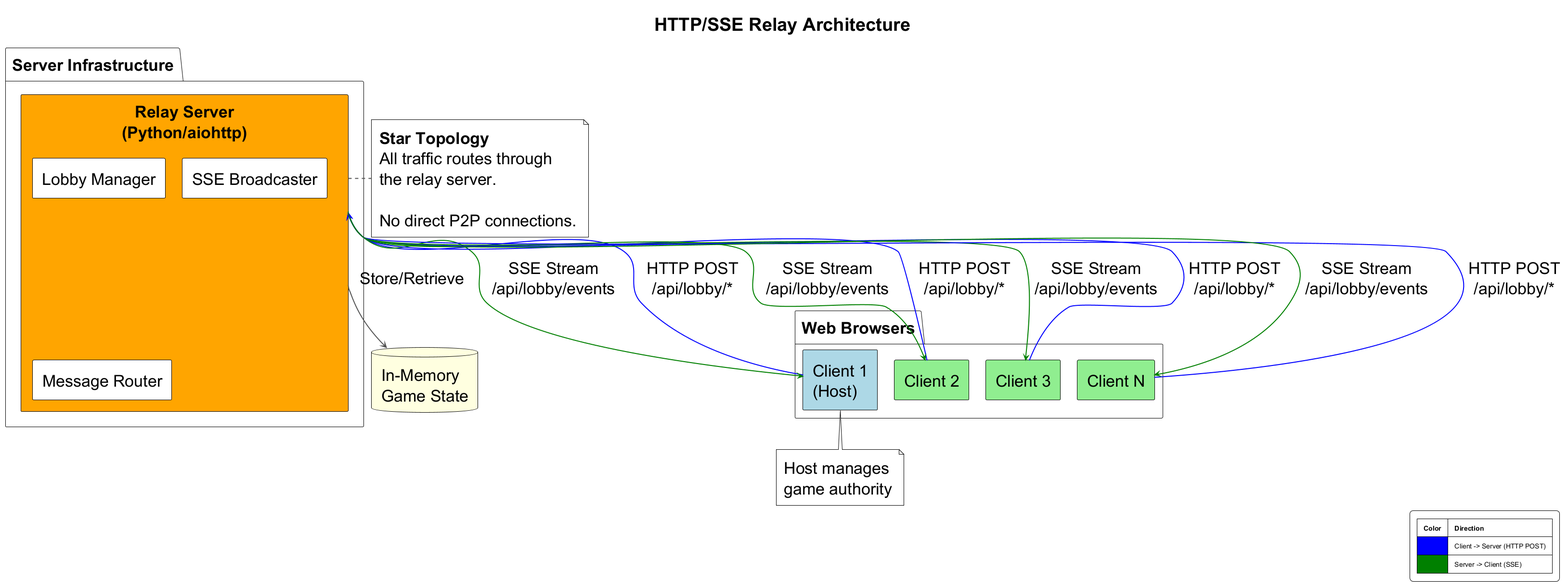
Above: figures/diagrams/http-sse-architecture.png in Siponek/HPC-thesis (PlantUML), before the change.
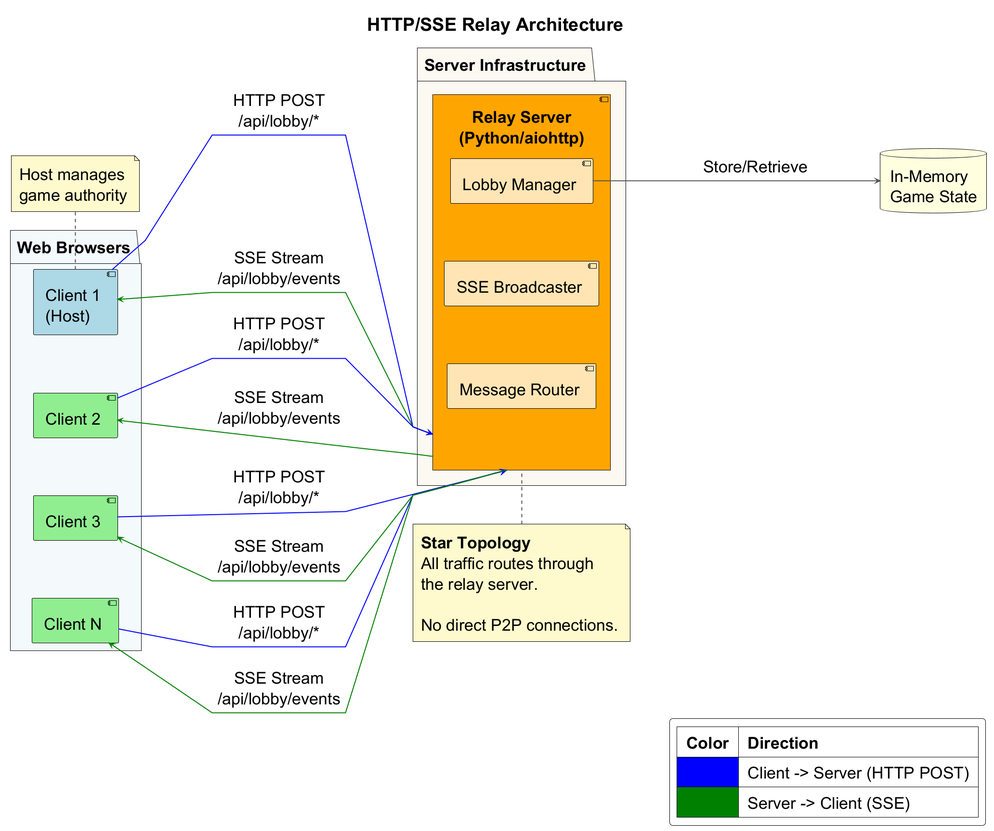
After the commit.

Change to the diagram source:
```diff
@@ -3,20 +3,32 @@
 !include ../shared/theme.puml
 skinparam componentStyle rectangle
 
+left to right direction
+
+skinparam padding 10
+skinparam DefaultFontSize 34
+skinparam TitleFontSize 38
+
+skinparam nodesep 120
+skinparam ranksep 280
+skinparam ArrowThickness 2
+
+skinparam linetype polyline
+
 title HTTP/SSE Relay Architecture
 
-package "Web Browsers" {
+package "Web Browsers" #F4F9FC {
     component "Client 1\n(Host)" as C1 #LightBlue
     component "Client 2" as C2 #LightGreen
     component "Client 3" as C3 #LightGreen
     component "Client N" as CN #LightGreen
 }
 
-package "Server Infrastructure" {
+package "Server Infrastructure" #FCF8F2 {
     component "Relay Server\n(Python/aiohttp)" as RS #Orange {
-        component "Lobby Manager" as LM
-        component "SSE Broadcaster" as SSE
-        component "Message Router" as MR
+        component "Lobby Manager" as LM #FFE5B4
+        component "SSE Broadcaster" as SSE #FFE5B4
+        component "Message Router" as MR #FFE5B4
     }
 }
 
@@ -27,14 +39,14 @@
 C3 -[#Blue]-> RS : HTTP POST\n/api/lobby/*
 CN -[#Blue]-> RS : HTTP POST\n/api/lobby/*
 
-RS -[#Green]-> C1 : SSE Stream\n/api/lobby/events
-RS -[#Green]-> C2 : SSE Stream\n/api/lobby/events
-RS -[#Green]-> C3 : SSE Stream\n/api/lobby/events
-RS -[#Green]-> CN : SSE Stream\n/api/lobby/events
+C1 <-[#Green]- RS : SSE Stream\n/api/lobby/events
+C2 <-[#Green]- RS : SSE Stream\n/api/lobby/events
+C3 <-[#Green]- RS : SSE Stream\n/api/lobby/events
+CN <-[#Green]- RS : SSE Stream\n/api/lobby/events
 
-RS --> GS : Store/Retrieve
+LM -down-> GS : Store/Retrieve
 
-note right of RS
+note top of RS #FFFACD
   **Star Topology**
   All traffic routes through
   the relay server.
@@ -42,12 +54,12 @@
   No direct P2P connections.
 end note
 
-note bottom of C1
+note top of C1 #FFFACD
   Host manages
   game authority
 end note
 
-legend right
+legend bottom right
   |= Color |= Direction |
   | <#Blue> | Client -> Server (HTTP POST) |
   | <#Green> | Server -> Client (SSE) |
```
